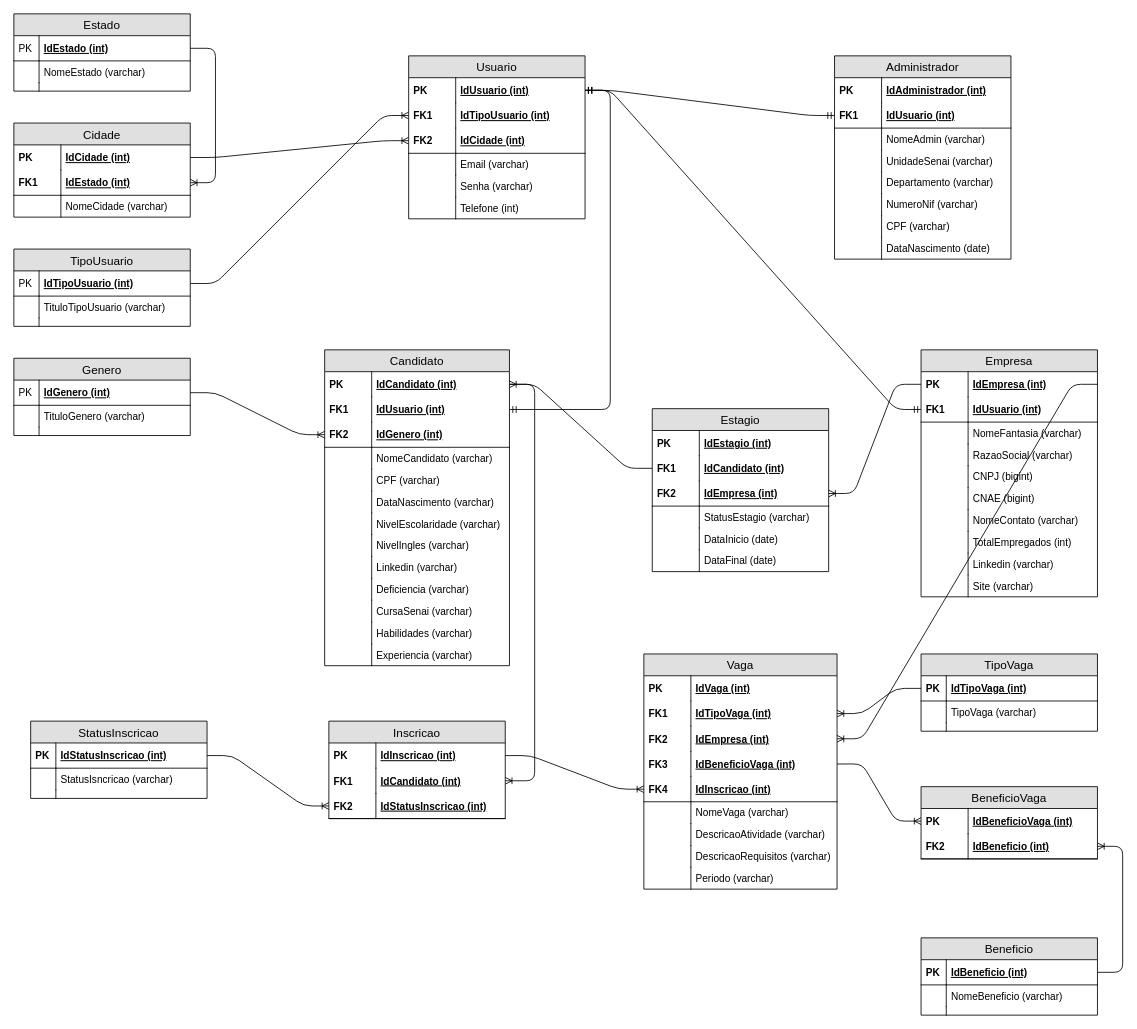
This is BD/MER/ModelagemLogica.drawio from flavio-pires/Projeto_ProVagas, a draw.io file, before an edit. Source tidied: cells renumbered, new cells numbered last; positions are measured from the earlier drawing's top-left corner, leaving out a move shared by most shapes. Both pictures are drawn from the tidied source at 84%, with x=0, y=0 at pixel (13, 13).
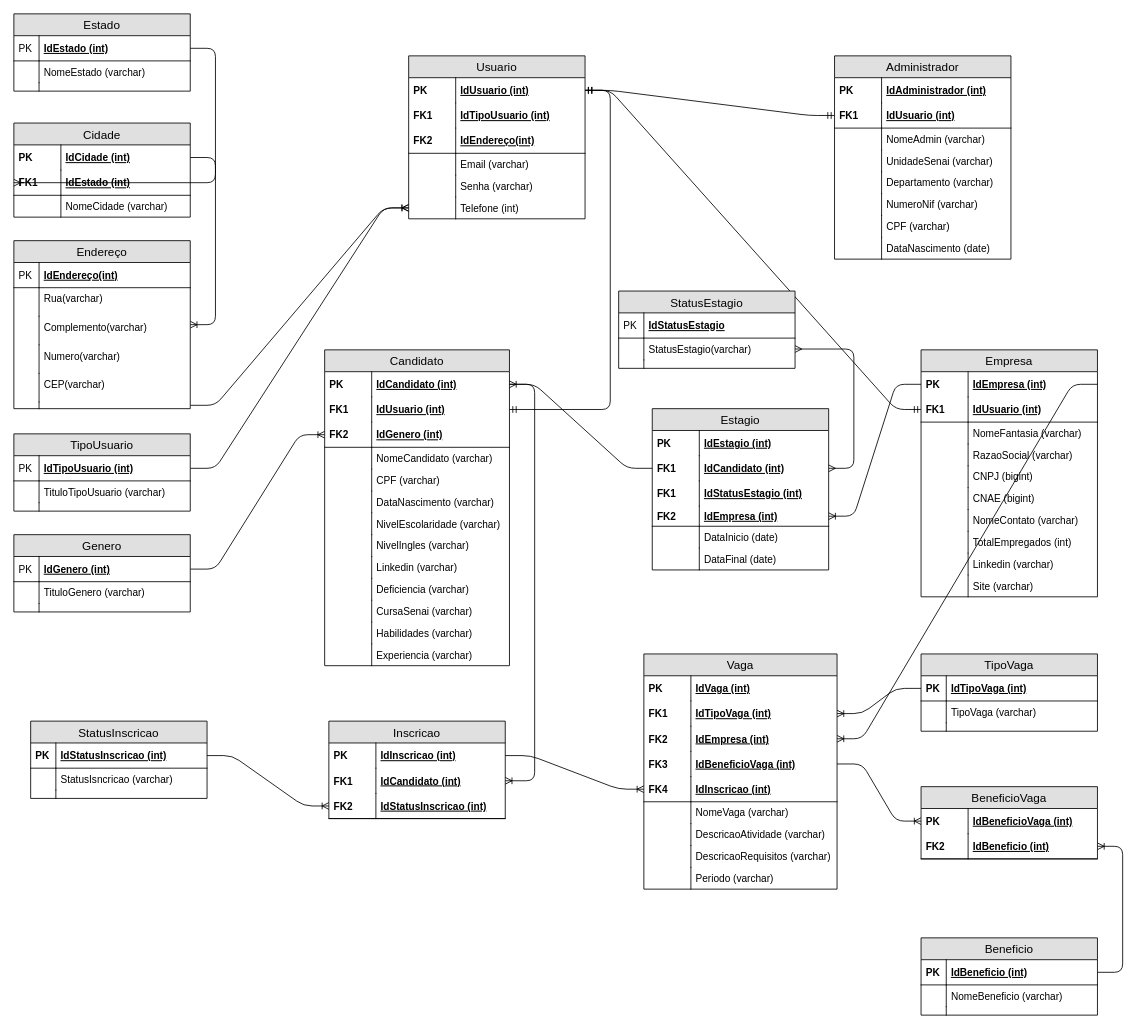
The same page after the edit.

Commit message:
Atualização do diagrama lógico

The change refers to these unchanged cells:
```xml
<mxCell id="3" value="IdEstado (int)" style="shape=partialRectangle;top=0;left=0;right=0;bottom=1;align=left;verticalAlign=middle;fillColor=none;spacingLeft=34;spacingRight=4;overflow=hidden;points=[[0,0.5],[1,0.5]];portConstraint=eastwest;fontStyle=5;fontSize=12;" parent="2" vertex="1">
  <mxGeometry y="26" width="210" height="30" as="geometry" />
</mxCell>
<mxCell id="17" value="IdCidade (int)" style="shape=partialRectangle;top=0;left=0;right=0;bottom=0;align=left;verticalAlign=middle;fillColor=none;spacingLeft=60;spacingRight=4;overflow=hidden;points=[[0,0.5],[1,0.5]];portConstraint=eastwest;fontStyle=5;fontSize=12;" parent="16" vertex="1">
  <mxGeometry y="26" width="210" height="30" as="geometry" />
</mxCell>
<mxCell id="19" value="IdEstado (int)" style="shape=partialRectangle;top=0;left=0;right=0;bottom=1;align=left;verticalAlign=middle;fillColor=none;spacingLeft=60;spacingRight=4;overflow=hidden;points=[[0,0.5],[1,0.5]];portConstraint=eastwest;fontStyle=5;fontSize=12;" parent="16" vertex="1">
  <mxGeometry y="56" width="210" height="30" as="geometry" />
</mxCell>
<mxCell id="105" value="IdCandidato (int)" style="shape=partialRectangle;top=0;left=0;right=0;bottom=0;align=left;verticalAlign=middle;fillColor=none;spacingLeft=60;spacingRight=4;overflow=hidden;points=[[0,0.5],[1,0.5]];portConstraint=eastwest;fontStyle=5;fontSize=12;" parent="102" vertex="1">
  <mxGeometry y="56" width="210" height="30" as="geometry" />
</mxCell>
<mxCell id="176" value="Usuario" style="swimlane;fontStyle=0;horizontal=1;startSize=26;fillColor=#e0e0e0;swimlaneFillColor=#ffffff;align=center;fontSize=14;" parent="1" vertex="1">
  <mxGeometry x="470" y="50" width="210" height="194" as="geometry" />
</mxCell>
<mxCell id="179" value="IdTipoUsuario (int)" style="shape=partialRectangle;top=0;left=0;right=0;bottom=0;align=left;verticalAlign=middle;fillColor=none;spacingLeft=60;spacingRight=4;overflow=hidden;points=[[0,0.5],[1,0.5]];portConstraint=eastwest;fontStyle=5;fontSize=12;" parent="176" vertex="1">
  <mxGeometry y="56" width="210" height="30" as="geometry" />
</mxCell>
<mxCell id="187" value="Telefone (int)" style="shape=partialRectangle;top=0;left=0;right=0;bottom=0;align=left;verticalAlign=top;fillColor=none;spacingLeft=60;spacingRight=4;overflow=hidden;points=[[0,0.5],[1,0.5]];portConstraint=eastwest;fontSize=12;" parent="176" vertex="1">
  <mxGeometry y="168" width="210" height="26" as="geometry" />
</mxCell>
```

What changed in the source:
```diff
@@
-    <mxCell id="9" value="TipoUsuario" style="swimlane;fontStyle=0;horizontal=1;startSize=26;fillColor=#e0e0e0;swimlaneFillColor=#ffffff;align=center;fontSize=14;" parent="1" vertex="1">
-      <mxGeometry y="280" width="210" height="92" as="geometry" />
-    </mxCell>
-    <mxCell id="10" value="IdTipoUsuario (int)" style="shape=partialRectangle;top=0;left=0;right=0;bottom=1;align=left;verticalAlign=middle;fillColor=none;spacingLeft=34;spacingRight=4;overflow=hidden;points=[[0,0.5],[1,0.5]];portConstraint=eastwest;fontStyle=5;fontSize=12;" parent="9" vertex="1">
-      <mxGeometry y="26" width="210" height="30" as="geometry" />
-    </mxCell>
-    <mxCell id="11" value="PK" style="shape=partialRectangle;top=0;left=0;bottom=0;fillColor=none;align=left;verticalAlign=middle;spacingLeft=4;spacingRight=4;overflow=hidden;fontSize=12;" parent="10" vertex="1">
-      <mxGeometry width="30" height="30" as="geometry" />
-    </mxCell>
-    <mxCell id="12" value="TituloTipoUsuario (varchar)" style="shape=partialRectangle;top=0;left=0;right=0;bottom=0;align=left;verticalAlign=top;fillColor=none;spacingLeft=34;spacingRight=4;overflow=hidden;fontSize=12;" parent="9" vertex="1">
-      <mxGeometry y="56" width="210" height="26" as="geometry" />
-    </mxCell>
-    <mxCell id="13" style="shape=partialRectangle;top=0;left=0;bottom=0;fillColor=none;align=left;verticalAlign=top;spacingLeft=4;spacingRight=4;overflow=hidden;fontSize=12;" parent="12" vertex="1">
-      <mxGeometry width="30" height="26" as="geometry" />
-    </mxCell>
-    <mxCell id="14" style="shape=partialRectangle;top=0;left=0;right=0;bottom=0;align=left;verticalAlign=top;fillColor=none;spacingLeft=34;spacingRight=4;overflow=hidden;fontSize=12;" parent="9" vertex="1">
-      <mxGeometry y="82" width="210" height="10" as="geometry" />
-    </mxCell>
-    <mxCell id="15" style="shape=partialRectangle;top=0;left=0;bottom=0;fillColor=none;align=left;verticalAlign=top;spacingLeft=4;spacingRight=4;overflow=hidden;fontSize=12;" parent="14" vertex="1">
-      <mxGeometry width="30" height="10" as="geometry" />
-    </mxCell>
@@
-    <mxCell id="50" value="Genero" style="swimlane;fontStyle=0;horizontal=1;startSize=26;fillColor=#e0e0e0;swimlaneFillColor=#ffffff;align=center;fontSize=14;" parent="1" vertex="1">
-      <mxGeometry y="410" width="210" height="92" as="geometry" />
-    </mxCell>
-    <mxCell id="51" value="IdGenero (int)" style="shape=partialRectangle;top=0;left=0;right=0;bottom=1;align=left;verticalAlign=middle;fillColor=none;spacingLeft=34;spacingRight=4;overflow=hidden;points=[[0,0.5],[1,0.5]];portConstraint=eastwest;fontStyle=5;fontSize=12;" parent="50" vertex="1">
-      <mxGeometry y="26" width="210" height="30" as="geometry" />
-    </mxCell>
-    <mxCell id="52" value="PK" style="shape=partialRectangle;top=0;left=0;bottom=0;fillColor=none;align=left;verticalAlign=middle;spacingLeft=4;spacingRight=4;overflow=hidden;fontSize=12;" parent="51" vertex="1">
-      <mxGeometry width="30" height="30" as="geometry" />
-    </mxCell>
-    <mxCell id="53" value="TituloGenero (varchar)" style="shape=partialRectangle;top=0;left=0;right=0;bottom=0;align=left;verticalAlign=top;fillColor=none;spacingLeft=34;spacingRight=4;overflow=hidden;fontSize=12;" parent="50" vertex="1">
-      <mxGeometry y="56" width="210" height="26" as="geometry" />
-    </mxCell>
-    <mxCell id="54" style="shape=partialRectangle;top=0;left=0;bottom=0;fillColor=none;align=left;verticalAlign=top;spacingLeft=4;spacingRight=4;overflow=hidden;fontSize=12;" parent="53" vertex="1">
-      <mxGeometry width="30" height="26" as="geometry" />
-    </mxCell>
-    <mxCell id="55" style="shape=partialRectangle;top=0;left=0;right=0;bottom=0;align=left;verticalAlign=top;fillColor=none;spacingLeft=34;spacingRight=4;overflow=hidden;fontSize=12;" parent="50" vertex="1">
-      <mxGeometry y="82" width="210" height="10" as="geometry" />
-    </mxCell>
-    <mxCell id="56" style="shape=partialRectangle;top=0;left=0;bottom=0;fillColor=none;align=left;verticalAlign=top;spacingLeft=4;spacingRight=4;overflow=hidden;fontSize=12;" parent="55" vertex="1">
-      <mxGeometry width="30" height="10" as="geometry" />
-    </mxCell>
-    <mxCell id="57" style="edgeStyle=entityRelationEdgeStyle;fontSize=12;html=1;endArrow=ERoneToMany;" parent="1" edge="1" source="3" target="19">
+    <mxCell id="57" style="edgeStyle=entityRelationEdgeStyle;fontSize=12;html=1;endArrow=ERoneToMany;entryX=0;entryY=0.5;entryDx=0;entryDy=0;" parent="1" edge="1" source="3" target="19">
       <mxGeometry relative="1" as="geometry" />
     </mxCell>
-    <mxCell id="58" style="edgeStyle=entityRelationEdgeStyle;fontSize=12;html=1;endArrow=ERoneToMany;" parent="1" edge="1" source="10" target="179">
+    <mxCell id="58" style="edgeStyle=entityRelationEdgeStyle;fontSize=12;html=1;endArrow=ERoneToMany;" parent="1" edge="1" source="10" target="187">
       <mxGeometry relative="1" as="geometry" />
     </mxCell>
-    <mxCell id="59" style="edgeStyle=entityRelationEdgeStyle;fontSize=12;html=1;endArrow=ERoneToMany;" parent="1" edge="1" source="17" target="181">
+    <mxCell id="59" style="edgeStyle=entityRelationEdgeStyle;fontSize=12;html=1;endArrow=ERoneToMany;" parent="1" edge="1" source="17" target="192">
       <mxGeometry relative="1" as="geometry" />
     </mxCell>
@@
     <mxCell id="102" value="Estagio" style="swimlane;fontStyle=0;horizontal=1;startSize=26;fillColor=#e0e0e0;swimlaneFillColor=#ffffff;align=center;fontSize=14;" parent="1" vertex="1">
-      <mxGeometry x="760" y="470" width="210" height="194" as="geometry" />
+      <mxGeometry x="760" y="470" width="210" height="192" as="geometry" />
     </mxCell>
@@
+    <mxCell id="189" value="IdStatusEstagio (int)" style="shape=partialRectangle;top=0;left=0;right=0;bottom=0;align=left;verticalAlign=middle;fillColor=none;spacingLeft=60;spacingRight=4;overflow=hidden;fontStyle=5;fontSize=12;" parent="102" vertex="1">
+      <mxGeometry y="86" width="210" height="30" as="geometry" />
+    </mxCell>
+    <mxCell id="190" value="FK1" style="shape=partialRectangle;fontStyle=1;top=0;left=0;bottom=0;fillColor=none;align=left;verticalAlign=middle;spacingLeft=4;spacingRight=4;overflow=hidden;fontSize=12;" parent="189" vertex="1">
+      <mxGeometry width="56" height="30" as="geometry" />
+    </mxCell>
     <mxCell id="107" value="IdEmpresa (int)" style="shape=partialRectangle;top=0;left=0;right=0;bottom=1;align=left;verticalAlign=middle;fillColor=none;spacingLeft=60;spacingRight=4;overflow=hidden;points=[[0,0.5],[1,0.5]];portConstraint=eastwest;fontStyle=5;fontSize=12;" parent="102" vertex="1">
-      <mxGeometry y="86" width="210" height="30" as="geometry" />
+      <mxGeometry y="116" width="210" height="24" as="geometry" />
     </mxCell>
     <mxCell id="108" value="FK2" style="shape=partialRectangle;fontStyle=1;top=0;left=0;bottom=0;fillColor=none;align=left;verticalAlign=middle;spacingLeft=4;spacingRight=4;overflow=hidden;fontSize=12;" parent="107" vertex="1">
-      <mxGeometry width="56" height="30" as="geometry" />
+      <mxGeometry width="56" height="24" as="geometry" />
     </mxCell>
-    <mxCell id="109" value="StatusEstagio (varchar)" style="shape=partialRectangle;top=0;left=0;right=0;bottom=0;align=left;verticalAlign=top;fillColor=none;spacingLeft=60;spacingRight=4;overflow=hidden;fontSize=12;" parent="102" vertex="1">
-      <mxGeometry y="116" width="210" height="26" as="geometry" />
-    </mxCell>
-    <mxCell id="110" style="shape=partialRectangle;top=0;left=0;bottom=0;fillColor=none;align=left;verticalAlign=top;spacingLeft=4;spacingRight=4;overflow=hidden;fontSize=12;" parent="109" vertex="1">
-      <mxGeometry width="56" height="26" as="geometry" />
-    </mxCell>
     <mxCell id="111" value="DataInicio (date)" style="shape=partialRectangle;top=0;left=0;right=0;bottom=0;align=left;verticalAlign=top;fillColor=none;spacingLeft=60;spacingRight=4;overflow=hidden;fontSize=12;" parent="102" vertex="1">
-      <mxGeometry y="142" width="210" height="26" as="geometry" />
+      <mxGeometry y="140" width="210" height="26" as="geometry" />
     </mxCell>
@@
     <mxCell id="113" value="DataFinal (date)" style="shape=partialRectangle;top=0;left=0;right=0;bottom=0;align=left;verticalAlign=top;fillColor=none;spacingLeft=60;spacingRight=4;overflow=hidden;fontSize=12;" parent="102" vertex="1">
-      <mxGeometry y="168" width="210" height="26" as="geometry" />
+      <mxGeometry y="166" width="210" height="26" as="geometry" />
     </mxCell>
@@
-    <mxCell id="181" value="IdCidade (int)" style="shape=partialRectangle;top=0;left=0;right=0;bottom=1;align=left;verticalAlign=middle;fillColor=none;spacingLeft=60;spacingRight=4;overflow=hidden;points=[[0,0.5],[1,0.5]];portConstraint=eastwest;fontStyle=5;fontSize=12;" parent="176" vertex="1">
+    <mxCell id="181" value="IdEndereço(int)" style="shape=partialRectangle;top=0;left=0;right=0;bottom=1;align=left;verticalAlign=middle;fillColor=none;spacingLeft=60;spacingRight=4;overflow=hidden;points=[[0,0.5],[1,0.5]];portConstraint=eastwest;fontStyle=5;fontSize=12;" parent="176" vertex="1">
       <mxGeometry y="86" width="210" height="30" as="geometry" />
     </mxCell>
@@
+    <mxCell id="191" style="edgeStyle=entityRelationEdgeStyle;fontSize=12;html=1;endArrow=ERoneToMany;" parent="1" edge="1" source="203" target="187">
+      <mxGeometry relative="1" as="geometry" />
+    </mxCell>
+    <mxCell id="192" value="Endereço" style="swimlane;fontStyle=0;horizontal=1;startSize=26;fillColor=#e0e0e0;swimlaneFillColor=#ffffff;align=center;fontSize=14;" parent="1" vertex="1">
+      <mxGeometry y="270" width="210" height="200" as="geometry" />
+    </mxCell>
+    <mxCell id="193" value="IdEndereço(int)" style="shape=partialRectangle;top=0;left=0;right=0;bottom=1;align=left;verticalAlign=middle;fillColor=none;spacingLeft=34;spacingRight=4;overflow=hidden;fontStyle=5;fontSize=12;" parent="192" vertex="1">
+      <mxGeometry y="26" width="210" height="30" as="geometry" />
+    </mxCell>
+    <mxCell id="194" value="PK" style="shape=partialRectangle;top=0;left=0;bottom=0;fillColor=none;align=left;verticalAlign=middle;spacingLeft=4;spacingRight=4;overflow=hidden;fontSize=12;" parent="193" vertex="1">
+      <mxGeometry width="30" height="30" as="geometry" />
+    </mxCell>
+    <mxCell id="195" value="Rua(varchar)" style="shape=partialRectangle;top=0;left=0;right=0;bottom=0;align=left;verticalAlign=top;fillColor=none;spacingLeft=34;spacingRight=4;overflow=hidden;fontSize=12;" parent="192" vertex="1">
+      <mxGeometry y="56" width="210" height="34" as="geometry" />
+    </mxCell>
+    <mxCell id="196" style="shape=partialRectangle;top=0;left=0;bottom=0;fillColor=none;align=left;verticalAlign=top;spacingLeft=4;spacingRight=4;overflow=hidden;fontSize=12;" parent="195" vertex="1">
+      <mxGeometry width="30" height="34" as="geometry" />
+    </mxCell>
+    <mxCell id="197" value="Complemento(varchar)" style="shape=partialRectangle;top=0;left=0;right=0;bottom=0;align=left;verticalAlign=top;fillColor=none;spacingLeft=34;spacingRight=4;overflow=hidden;fontSize=12;" parent="192" vertex="1">
+      <mxGeometry y="90" width="210" height="34" as="geometry" />
+    </mxCell>
+    <mxCell id="198" style="shape=partialRectangle;top=0;left=0;bottom=0;fillColor=none;align=left;verticalAlign=top;spacingLeft=4;spacingRight=4;overflow=hidden;fontSize=12;" parent="197" vertex="1">
+      <mxGeometry width="30" height="34" as="geometry" />
+    </mxCell>
+    <mxCell id="199" value="Numero(varchar)" style="shape=partialRectangle;top=0;left=0;right=0;bottom=0;align=left;verticalAlign=top;fillColor=none;spacingLeft=34;spacingRight=4;overflow=hidden;fontSize=12;" parent="192" vertex="1">
+      <mxGeometry y="124" width="210" height="34" as="geometry" />
+    </mxCell>
+    <mxCell id="200" style="shape=partialRectangle;top=0;left=0;bottom=0;fillColor=none;align=left;verticalAlign=top;spacingLeft=4;spacingRight=4;overflow=hidden;fontSize=12;" parent="199" vertex="1">
+      <mxGeometry width="30" height="34" as="geometry" />
+    </mxCell>
+    <mxCell id="201" value="CEP(varchar)" style="shape=partialRectangle;top=0;left=0;right=0;bottom=0;align=left;verticalAlign=top;fillColor=none;spacingLeft=34;spacingRight=4;overflow=hidden;fontSize=12;" parent="192" vertex="1">
+      <mxGeometry y="158" width="210" height="34" as="geometry" />
+    </mxCell>
+    <mxCell id="202" style="shape=partialRectangle;top=0;left=0;bottom=0;fillColor=none;align=left;verticalAlign=top;spacingLeft=4;spacingRight=4;overflow=hidden;fontSize=12;" parent="201" vertex="1">
+      <mxGeometry width="30" height="34" as="geometry" />
+    </mxCell>
+    <mxCell id="203" style="shape=partialRectangle;top=0;left=0;right=0;bottom=0;align=left;verticalAlign=top;fillColor=none;spacingLeft=34;spacingRight=4;overflow=hidden;points=[[0,0.5],[1,0.5]];portConstraint=eastwest;fontSize=12;" parent="192" vertex="1">
+      <mxGeometry y="192" width="210" height="8" as="geometry" />
+    </mxCell>
+    <mxCell id="204" style="shape=partialRectangle;top=0;left=0;bottom=0;fillColor=none;align=left;verticalAlign=top;spacingLeft=4;spacingRight=4;overflow=hidden;fontSize=12;" parent="203" vertex="1">
+      <mxGeometry width="30" height="8" as="geometry" />
+    </mxCell>
+    <mxCell id="9" value="TipoUsuario" style="swimlane;fontStyle=0;horizontal=1;startSize=26;fillColor=#e0e0e0;swimlaneFillColor=#ffffff;align=center;fontSize=14;" parent="1" vertex="1">
+      <mxGeometry y="500" width="210" height="92" as="geometry" />
+    </mxCell>
+    <mxCell id="10" value="IdTipoUsuario (int)" style="shape=partialRectangle;top=0;left=0;right=0;bottom=1;align=left;verticalAlign=middle;fillColor=none;spacingLeft=34;spacingRight=4;overflow=hidden;points=[[0,0.5],[1,0.5]];portConstraint=eastwest;fontStyle=5;fontSize=12;" parent="9" vertex="1">
+      <mxGeometry y="26" width="210" height="30" as="geometry" />
+    </mxCell>
+    <mxCell id="11" value="PK" style="shape=partialRectangle;top=0;left=0;bottom=0;fillColor=none;align=left;verticalAlign=middle;spacingLeft=4;spacingRight=4;overflow=hidden;fontSize=12;" parent="10" vertex="1">
+      <mxGeometry width="30" height="30" as="geometry" />
+    </mxCell>
+    <mxCell id="12" value="TituloTipoUsuario (varchar)" style="shape=partialRectangle;top=0;left=0;right=0;bottom=0;align=left;verticalAlign=top;fillColor=none;spacingLeft=34;spacingRight=4;overflow=hidden;fontSize=12;" parent="9" vertex="1">
+      <mxGeometry y="56" width="210" height="26" as="geometry" />
+    </mxCell>
+    <mxCell id="13" style="shape=partialRectangle;top=0;left=0;bottom=0;fillColor=none;align=left;verticalAlign=top;spacingLeft=4;spacingRight=4;overflow=hidden;fontSize=12;" parent="12" vertex="1">
+      <mxGeometry width="30" height="26" as="geometry" />
+    </mxCell>
+    <mxCell id="14" style="shape=partialRectangle;top=0;left=0;right=0;bottom=0;align=left;verticalAlign=top;fillColor=none;spacingLeft=34;spacingRight=4;overflow=hidden;fontSize=12;" parent="9" vertex="1">
+      <mxGeometry y="82" width="210" height="10" as="geometry" />
+    </mxCell>
+    <mxCell id="15" style="shape=partialRectangle;top=0;left=0;bottom=0;fillColor=none;align=left;verticalAlign=top;spacingLeft=4;spacingRight=4;overflow=hidden;fontSize=12;" parent="14" vertex="1">
+      <mxGeometry width="30" height="10" as="geometry" />
+    </mxCell>
+    <mxCell id="50" value="Genero" style="swimlane;fontStyle=0;horizontal=1;startSize=26;fillColor=#e0e0e0;swimlaneFillColor=#ffffff;align=center;fontSize=14;" parent="1" vertex="1">
+      <mxGeometry y="620" width="210" height="92" as="geometry" />
+    </mxCell>
+    <mxCell id="51" value="IdGenero (int)" style="shape=partialRectangle;top=0;left=0;right=0;bottom=1;align=left;verticalAlign=middle;fillColor=none;spacingLeft=34;spacingRight=4;overflow=hidden;points=[[0,0.5],[1,0.5]];portConstraint=eastwest;fontStyle=5;fontSize=12;" parent="50" vertex="1">
+      <mxGeometry y="26" width="210" height="30" as="geometry" />
+    </mxCell>
+    <mxCell id="52" value="PK" style="shape=partialRectangle;top=0;left=0;bottom=0;fillColor=none;align=left;verticalAlign=middle;spacingLeft=4;spacingRight=4;overflow=hidden;fontSize=12;" parent="51" vertex="1">
+      <mxGeometry width="30" height="30" as="geometry" />
+    </mxCell>
+    <mxCell id="53" value="TituloGenero (varchar)" style="shape=partialRectangle;top=0;left=0;right=0;bottom=0;align=left;verticalAlign=top;fillColor=none;spacingLeft=34;spacingRight=4;overflow=hidden;fontSize=12;" parent="50" vertex="1">
+      <mxGeometry y="56" width="210" height="26" as="geometry" />
+    </mxCell>
+    <mxCell id="54" style="shape=partialRectangle;top=0;left=0;bottom=0;fillColor=none;align=left;verticalAlign=top;spacingLeft=4;spacingRight=4;overflow=hidden;fontSize=12;" parent="53" vertex="1">
+      <mxGeometry width="30" height="26" as="geometry" />
+    </mxCell>
+    <mxCell id="55" style="shape=partialRectangle;top=0;left=0;right=0;bottom=0;align=left;verticalAlign=top;fillColor=none;spacingLeft=34;spacingRight=4;overflow=hidden;fontSize=12;" parent="50" vertex="1">
+      <mxGeometry y="82" width="210" height="10" as="geometry" />
+    </mxCell>
+    <mxCell id="56" style="shape=partialRectangle;top=0;left=0;bottom=0;fillColor=none;align=left;verticalAlign=top;spacingLeft=4;spacingRight=4;overflow=hidden;fontSize=12;" parent="55" vertex="1">
+      <mxGeometry width="30" height="10" as="geometry" />
+    </mxCell>
+    <mxCell id="205" value="StatusEstagio" style="swimlane;fontStyle=0;horizontal=1;startSize=26;fillColor=#e0e0e0;swimlaneFillColor=#ffffff;align=center;fontSize=14;" parent="1" vertex="1">
+      <mxGeometry x="720" y="330" width="210" height="92" as="geometry" />
+    </mxCell>
+    <mxCell id="206" value="IdStatusEstagio" style="shape=partialRectangle;top=0;left=0;right=0;bottom=1;align=left;verticalAlign=middle;fillColor=none;spacingLeft=34;spacingRight=4;overflow=hidden;fontStyle=5;fontSize=12;" parent="205" vertex="1">
+      <mxGeometry y="26" width="210" height="30" as="geometry" />
+    </mxCell>
+    <mxCell id="207" value="PK" style="shape=partialRectangle;top=0;left=0;bottom=0;fillColor=none;align=left;verticalAlign=middle;spacingLeft=4;spacingRight=4;overflow=hidden;fontSize=12;" parent="206" vertex="1">
+      <mxGeometry width="30" height="30" as="geometry" />
+    </mxCell>
+    <mxCell id="208" value="StatusEstagio(varchar)" style="shape=partialRectangle;top=0;left=0;right=0;bottom=0;align=left;verticalAlign=top;fillColor=none;spacingLeft=34;spacingRight=4;overflow=hidden;points=[[0,0.5],[1,0.5]];portConstraint=eastwest;fontSize=12;" parent="205" vertex="1">
+      <mxGeometry y="56" width="210" height="26" as="geometry" />
+    </mxCell>
+    <mxCell id="209" style="shape=partialRectangle;top=0;left=0;bottom=0;fillColor=none;align=left;verticalAlign=top;spacingLeft=4;spacingRight=4;overflow=hidden;fontSize=12;" parent="208" vertex="1">
+      <mxGeometry width="30" height="26" as="geometry" />
+    </mxCell>
+    <mxCell id="210" style="shape=partialRectangle;top=0;left=0;right=0;bottom=0;align=left;verticalAlign=top;fillColor=none;spacingLeft=34;spacingRight=4;overflow=hidden;fontSize=12;" parent="205" vertex="1">
+      <mxGeometry y="82" width="210" height="10" as="geometry" />
+    </mxCell>
+    <mxCell id="211" style="shape=partialRectangle;top=0;left=0;bottom=0;fillColor=none;align=left;verticalAlign=top;spacingLeft=4;spacingRight=4;overflow=hidden;fontSize=12;" parent="210" vertex="1">
+      <mxGeometry width="30" height="10" as="geometry" />
+    </mxCell>
+    <mxCell id="212" style="edgeStyle=entityRelationEdgeStyle;fontSize=12;html=1;endArrow=ERmany;startArrow=ERmany;exitX=1;exitY=0.5;exitDx=0;exitDy=0;" parent="1" edge="1" source="208" target="105">
+      <mxGeometry relative="1" as="geometry" />
+    </mxCell>
```
